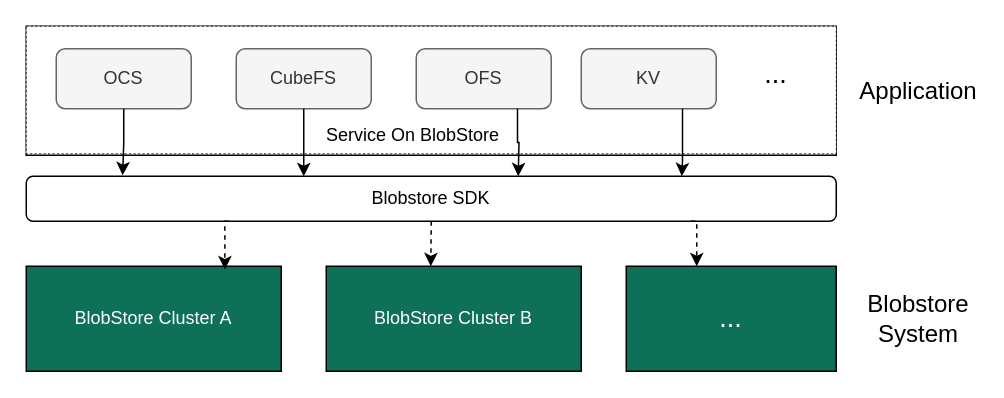
Above: Untitled Diagram.drawio in JasonHu520/countFiles (draw.io), before the change. Source tidied: cells renumbered, new cells numbered last; positions are measured from the earlier drawing's top-left corner, leaving out a move shared by most shapes. Both pictures are drawn from the tidied source at 150%, with x=0, y=0 at pixel (26, 26).
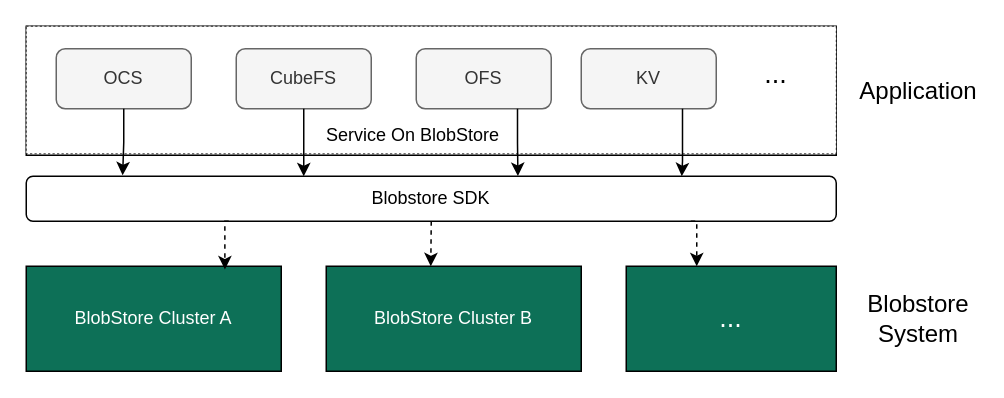
The same diagram, later.

The change refers to these unchanged cells:
```xml
<mxCell id="6" value="OFS" style="rounded=1;whiteSpace=wrap;html=1;fillColor=#f5f5f5;strokeColor=#666666;fontColor=#333333;" parent="2" vertex="1">
  <mxGeometry x="260" y="15" width="90" height="40" as="geometry" />
</mxCell>
<mxCell id="10" value="Blobstore SDK" style="rounded=1;whiteSpace=wrap;html=1;" parent="1" vertex="1">
  <mxGeometry y="100" width="540" height="30" as="geometry" />
</mxCell>
```

What changed in the source:
```diff
@@
-    <mxCell id="23" style="edgeStyle=orthogonalEdgeStyle;rounded=0;jettySize=auto;html=1;exitX=0.75;exitY=1;exitDx=0;exitDy=0;" parent="1" edge="1" source="6">
+    <mxCell id="23" style="edgeStyle=orthogonalEdgeStyle;rounded=0;jettySize=auto;html=1;exitX=0.75;exitY=1;exitDx=0;exitDy=0;entryX=0.607;entryY=-0.006;entryDx=0;entryDy=0;entryPerimeter=0;" parent="1" edge="1" source="6" target="10">
       <mxGeometry relative="1" as="geometry">
-        <mxPoint x="328" y="100" as="targetPoint" />
+        <Array as="points">
+          <mxPoint x="328" y="78" />
+        </Array>
       </mxGeometry>
     </mxCell>
```
